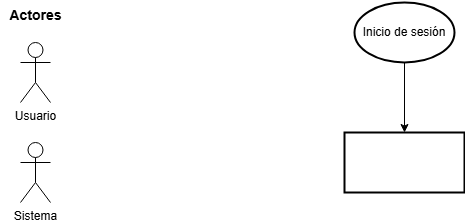
Above: Flujograma de registro e inicio de sesión.png in DjGuetta/App-Hotel-Management (draw.io), before the change. Source tidied: cells renumbered, new cells last; positions are measured from the earlier drawing's top-left corner, leaving out a move shared by most shapes. Source of this version:
```xml
<mxGraphModel>
  <root>
    <mxCell id="0" />
    <mxCell id="1" parent="0" />
    <mxCell id="2" value="Usuario" style="shape=umlActor;verticalLabelPosition=bottom;verticalAlign=top;html=1;" parent="1" vertex="1">
      <mxGeometry x="20" y="42" width="30" height="60" as="geometry" />
    </mxCell>
    <mxCell id="3" value="Actores" style="text;html=1;align=center;verticalAlign=middle;strokeColor=none;fillColor=none;fontSize=14;fontStyle=1;" parent="1" vertex="1">
      <mxGeometry width="70" height="30" as="geometry" />
    </mxCell>
    <mxCell id="4" value="Sistema" style="shape=umlActor;verticalLabelPosition=bottom;verticalAlign=top;html=1;" parent="1" vertex="1">
      <mxGeometry x="20" y="142" width="30" height="60" as="geometry" />
    </mxCell>
    <mxCell id="5" style="edgeStyle=orthogonalEdgeStyle;rounded=0;jettySize=auto;html=1;" parent="1" edge="1" source="6" target="7">
      <mxGeometry relative="1" as="geometry" />
    </mxCell>
    <mxCell id="6" value="Inicio de sesión" style="strokeWidth=2;html=1;shape=mxgraph.flowchart.start_1;whiteSpace=wrap;" parent="1" vertex="1">
      <mxGeometry x="354" y="2" width="100" height="60" as="geometry" />
    </mxCell>
    <mxCell id="7" style="whiteSpace=wrap;html=1;strokeWidth=2;" parent="1" vertex="1">
      <mxGeometry x="344" y="132" width="120" height="60" as="geometry" />
    </mxCell>
  </root>
</mxGraphModel>
```
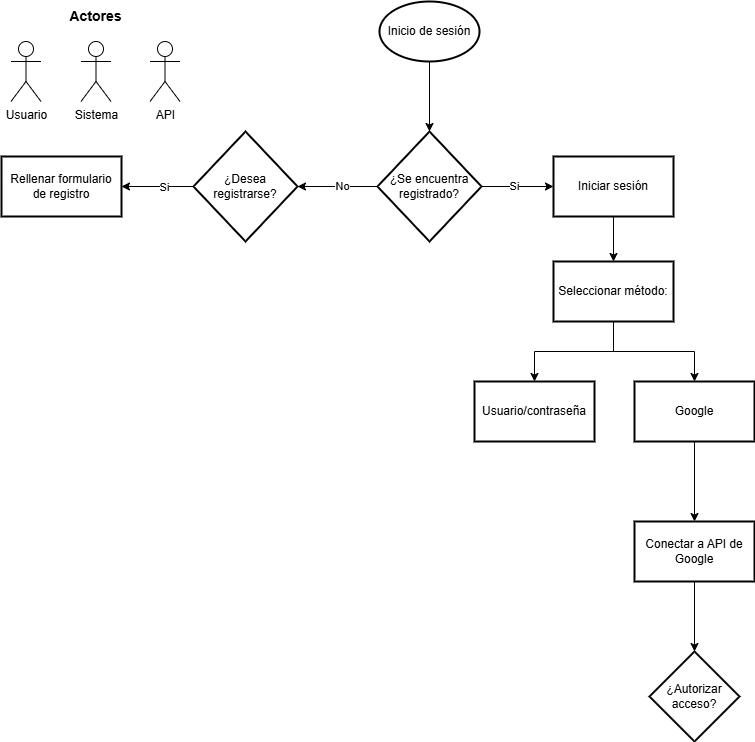
After the commit.

Commit message:
Falta por terminar

Diff of the diagram source:
```diff
@@ -3,22 +3,88 @@
     <mxCell id="0" />
     <mxCell id="1" parent="0" />
     <mxCell id="2" value="Usuario" style="shape=umlActor;verticalLabelPosition=bottom;verticalAlign=top;html=1;" parent="1" vertex="1">
-      <mxGeometry x="20" y="42" width="30" height="60" as="geometry" />
+      <mxGeometry x="6.5" y="42" width="30" height="60" as="geometry" />
     </mxCell>
     <mxCell id="3" value="Actores" style="text;html=1;align=center;verticalAlign=middle;strokeColor=none;fillColor=none;fontSize=14;fontStyle=1;" parent="1" vertex="1">
-      <mxGeometry width="70" height="30" as="geometry" />
+      <mxGeometry x="56" y="2" width="70" height="30" as="geometry" />
     </mxCell>
     <mxCell id="4" value="Sistema" style="shape=umlActor;verticalLabelPosition=bottom;verticalAlign=top;html=1;" parent="1" vertex="1">
-      <mxGeometry x="20" y="142" width="30" height="60" as="geometry" />
+      <mxGeometry x="76.5" y="42" width="30" height="60" as="geometry" />
     </mxCell>
-    <mxCell id="5" style="edgeStyle=orthogonalEdgeStyle;rounded=0;jettySize=auto;html=1;" parent="1" edge="1" source="6" target="7">
-      <mxGeometry relative="1" as="geometry" />
-    </mxCell>
+    <mxCell id="8" style="edgeStyle=orthogonalEdgeStyle;rounded=0;jettySize=auto;html=1;" parent="1" edge="1" source="6" target="13">
+      <mxGeometry relative="1" as="geometry" />
+    </mxCell>
     <mxCell id="6" value="Inicio de sesión" style="strokeWidth=2;html=1;shape=mxgraph.flowchart.start_1;whiteSpace=wrap;" parent="1" vertex="1">
-      <mxGeometry x="354" y="2" width="100" height="60" as="geometry" />
+      <mxGeometry x="375" y="2" width="100" height="60" as="geometry" />
     </mxCell>
-    <mxCell id="7" style="whiteSpace=wrap;html=1;strokeWidth=2;" parent="1" vertex="1">
-      <mxGeometry x="344" y="132" width="120" height="60" as="geometry" />
-    </mxCell>
+    <mxCell id="9" style="edgeStyle=orthogonalEdgeStyle;rounded=0;jettySize=auto;html=1;" parent="1" edge="1" source="13" target="16">
+      <mxGeometry relative="1" as="geometry" />
+    </mxCell>
+    <mxCell id="10" value="No" style="edgeLabel;html=1;align=center;verticalAlign=middle;" parent="9" vertex="1">
+      <mxGeometry x="-0.1" y="1" relative="1" as="geometry">
+        <mxPoint y="-2" as="offset" />
+      </mxGeometry>
+    </mxCell>
+    <mxCell id="11" style="edgeStyle=orthogonalEdgeStyle;rounded=0;jettySize=auto;html=1;" parent="1" edge="1" source="13" target="20">
+      <mxGeometry relative="1" as="geometry" />
+    </mxCell>
+    <mxCell id="12" value="Si" style="edgeLabel;html=1;align=center;verticalAlign=middle;" parent="11" vertex="1">
+      <mxGeometry x="-0.22" y="-1" relative="1" as="geometry">
+        <mxPoint x="4" y="-2" as="offset" />
+      </mxGeometry>
+    </mxCell>
+    <mxCell id="13" value="¿Se encuentra registrado?" style="rhombus;whiteSpace=wrap;html=1;strokeWidth=2;" parent="1" vertex="1">
+      <mxGeometry x="373" y="132" width="104" height="110" as="geometry" />
+    </mxCell>
+    <mxCell id="14" style="edgeStyle=orthogonalEdgeStyle;rounded=0;jettySize=auto;html=1;" parent="1" edge="1" source="16" target="17">
+      <mxGeometry relative="1" as="geometry" />
+    </mxCell>
+    <mxCell id="15" value="Si" style="edgeLabel;html=1;align=center;verticalAlign=middle;" parent="14" vertex="1">
+      <mxGeometry x="-0.17" y="1" relative="1" as="geometry">
+        <mxPoint y="-1" as="offset" />
+      </mxGeometry>
+    </mxCell>
+    <mxCell id="16" value="¿Desea registrarse?" style="rhombus;whiteSpace=wrap;html=1;strokeWidth=2;" parent="1" vertex="1">
+      <mxGeometry x="189" y="132" width="104" height="110" as="geometry" />
+    </mxCell>
+    <mxCell id="17" value="Rellenar formulario de registro" style="whiteSpace=wrap;html=1;strokeWidth=2;" parent="1" vertex="1">
+      <mxGeometry x="-3" y="157" width="120" height="60" as="geometry" />
+    </mxCell>
+    <mxCell id="18" value="API" style="shape=umlActor;verticalLabelPosition=bottom;verticalAlign=top;html=1;" parent="1" vertex="1">
+      <mxGeometry x="145.5" y="42" width="30" height="60" as="geometry" />
+    </mxCell>
+    <mxCell id="19" style="edgeStyle=orthogonalEdgeStyle;rounded=0;jettySize=auto;html=1;" parent="1" edge="1" source="20" target="23">
+      <mxGeometry relative="1" as="geometry" />
+    </mxCell>
+    <mxCell id="20" value="Iniciar sesión" style="whiteSpace=wrap;html=1;strokeWidth=2;" parent="1" vertex="1">
+      <mxGeometry x="549" y="157" width="120" height="60" as="geometry" />
+    </mxCell>
+    <mxCell id="21" style="edgeStyle=orthogonalEdgeStyle;rounded=0;jettySize=auto;html=1;" parent="1" edge="1" source="23" target="24">
+      <mxGeometry relative="1" as="geometry" />
+    </mxCell>
+    <mxCell id="22" style="edgeStyle=orthogonalEdgeStyle;rounded=0;jettySize=auto;html=1;exitX=0.5;exitY=1;exitDx=0;exitDy=0;entryX=0.5;entryY=0;entryDx=0;entryDy=0;" parent="1" edge="1" source="23" target="26">
+      <mxGeometry relative="1" as="geometry" />
+    </mxCell>
+    <mxCell id="23" value="Seleccionar método:" style="whiteSpace=wrap;html=1;strokeWidth=2;" parent="1" vertex="1">
+      <mxGeometry x="549" y="262" width="120" height="60" as="geometry" />
+    </mxCell>
+    <mxCell id="24" value="Usuario/contraseña" style="whiteSpace=wrap;html=1;strokeWidth=2;" parent="1" vertex="1">
+      <mxGeometry x="470" y="382" width="120" height="60" as="geometry" />
+    </mxCell>
+    <mxCell id="25" style="edgeStyle=orthogonalEdgeStyle;rounded=0;jettySize=auto;html=1;" parent="1" edge="1" source="26" target="28">
+      <mxGeometry relative="1" as="geometry" />
+    </mxCell>
+    <mxCell id="26" value="Google" style="whiteSpace=wrap;html=1;strokeWidth=2;" parent="1" vertex="1">
+      <mxGeometry x="630" y="382" width="120" height="60" as="geometry" />
+    </mxCell>
+    <mxCell id="27" style="edgeStyle=orthogonalEdgeStyle;rounded=0;jettySize=auto;html=1;" parent="1" edge="1" source="28" target="29">
+      <mxGeometry relative="1" as="geometry" />
+    </mxCell>
+    <mxCell id="28" value="Conectar a API de Google" style="whiteSpace=wrap;html=1;strokeWidth=2;" parent="1" vertex="1">
+      <mxGeometry x="630" y="522" width="120" height="60" as="geometry" />
+    </mxCell>
+    <mxCell id="29" value="¿Autorizar acceso?" style="rhombus;whiteSpace=wrap;html=1;strokeWidth=2;" parent="1" vertex="1">
+      <mxGeometry x="645" y="652" width="90" height="90" as="geometry" />
+    </mxCell>
   </root>
 </mxGraphModel>
```
